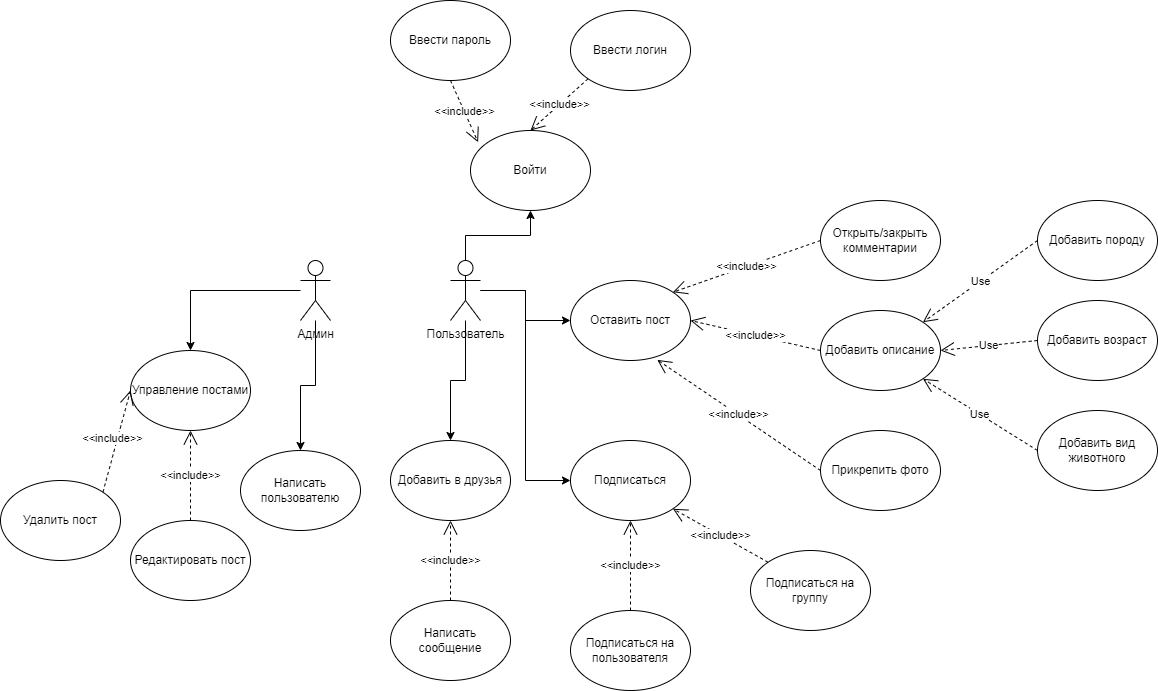
Earlier version of the draw.io export Pet.png (Involuntar/Test). Source tidied: cells renumbered, new cells last; positions are measured from the earlier drawing's top-left corner, leaving out a move shared by most shapes.
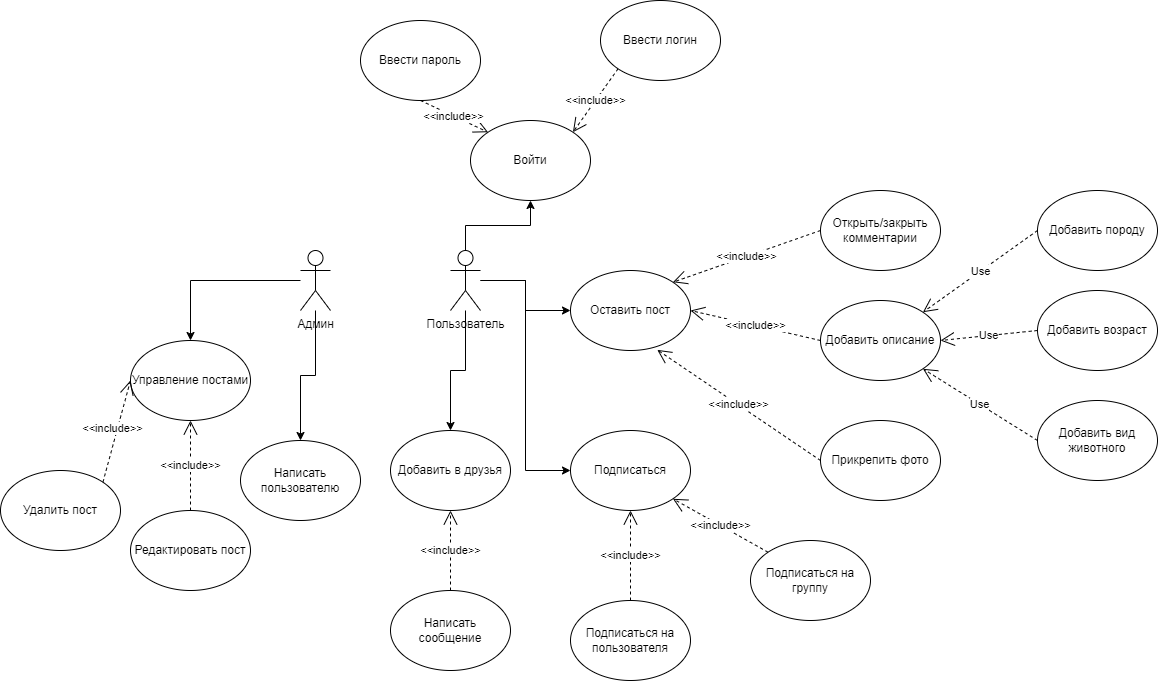
After the commit.

What changed in the source:
```diff
@@ -110,19 +110,17 @@
     <mxCell id="37" value="Войти" style="ellipse;whiteSpace=wrap;html=1;" parent="1" vertex="1">
       <mxGeometry x="470" y="130" width="120" height="80" as="geometry" />
     </mxCell>
-    <mxCell id="38" value="&amp;lt;&amp;lt;include&amp;gt;&amp;gt;" style="endArrow=open;endSize=12;dashed=1;html=1;rounded=0;entryX=0.5;entryY=0;entryDx=0;entryDy=0;exitX=0;exitY=1;exitDx=0;exitDy=0;" parent="1" edge="1" source="39" target="37">
+    <mxCell id="38" value="&amp;lt;&amp;lt;include&amp;gt;&amp;gt;" style="endArrow=open;endSize=12;dashed=1;html=1;rounded=0;entryX=1;entryY=0;entryDx=0;entryDy=0;exitX=0;exitY=1;exitDx=0;exitDy=0;" parent="1" edge="1" source="39" target="37">
       <mxGeometry relative="1" as="geometry" />
     </mxCell>
     <mxCell id="39" value="Ввести логин" style="ellipse;whiteSpace=wrap;html=1;" parent="1" vertex="1">
-      <mxGeometry x="570" y="10" width="120" height="80" as="geometry" />
+      <mxGeometry x="600" y="10" width="120" height="80" as="geometry" />
     </mxCell>
-    <mxCell id="40" value="&amp;lt;&amp;lt;include&amp;gt;&amp;gt;" style="endArrow=open;endSize=12;dashed=1;html=1;rounded=0;entryX=0;entryY=0;entryDx=0;entryDy=0;exitX=0.5;exitY=1;exitDx=0;exitDy=0;" parent="1" edge="1" source="41">
-      <mxGeometry relative="1" as="geometry">
-        <mxPoint x="477.6" y="141.7" as="targetPoint" />
-      </mxGeometry>
+    <mxCell id="40" value="&amp;lt;&amp;lt;include&amp;gt;&amp;gt;" style="endArrow=open;endSize=12;dashed=1;html=1;rounded=0;exitX=0.5;exitY=1;exitDx=0;exitDy=0;entryX=0;entryY=0;entryDx=0;entryDy=0;" parent="1" edge="1" source="41" target="37">
+      <mxGeometry relative="1" as="geometry" />
     </mxCell>
     <mxCell id="41" value="Ввести пароль" style="ellipse;whiteSpace=wrap;html=1;" parent="1" vertex="1">
-      <mxGeometry x="390" width="120" height="80" as="geometry" />
+      <mxGeometry x="360" y="30" width="120" height="80" as="geometry" />
     </mxCell>
   </root>
 </mxGraphModel>
```
